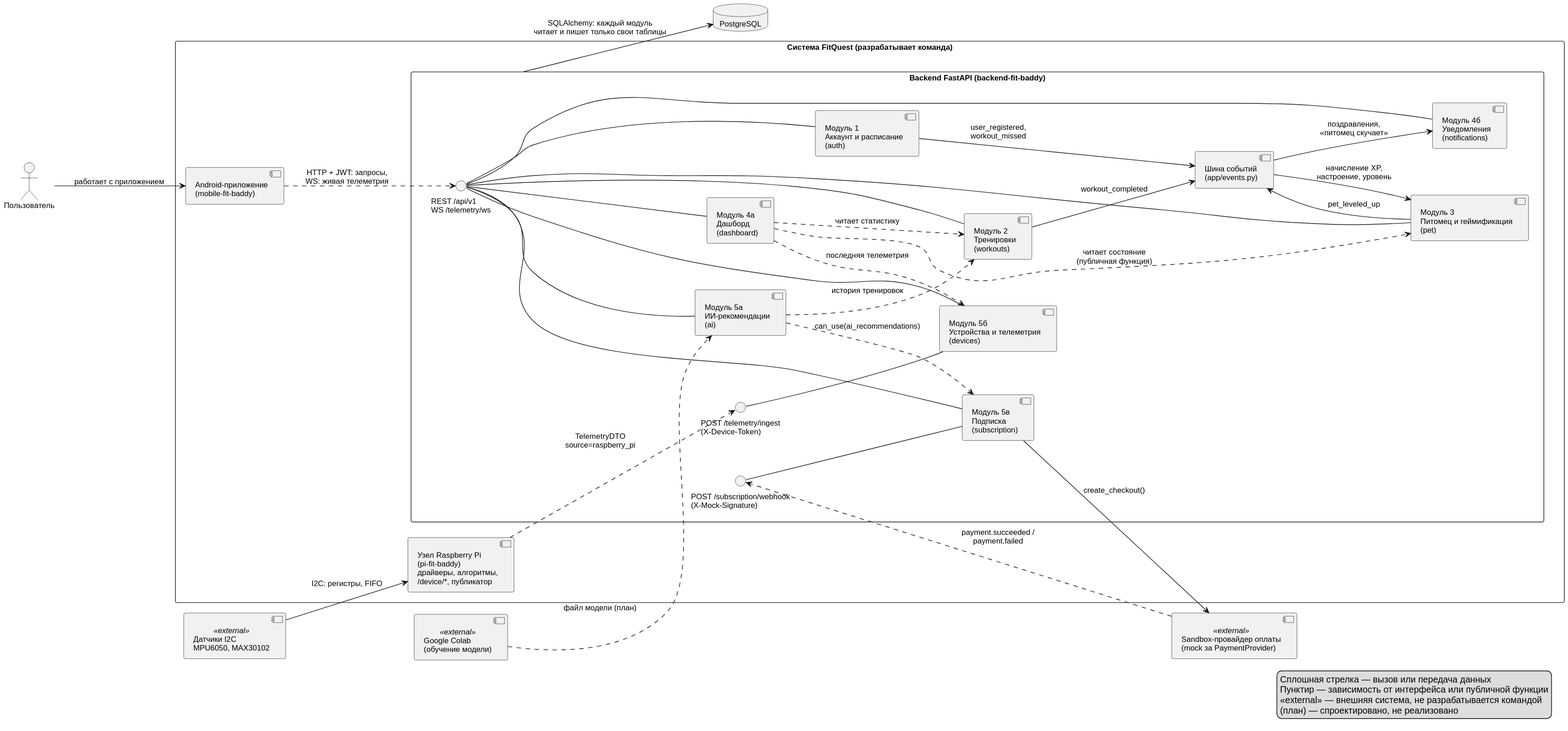
Before: docs/architecture/fitquest-components.svg, a diagram exported from PlantUML (SonyAkb/FitnessApp). Source of this version:
```plantuml
@startuml

skinparam componentStyle uml2
skinparam shadowing false
skinparam defaultFontName Arial
skinparam defaultFontSize 12
skinparam packageStyle rectangle
left to right direction

actor "Пользователь" as User

package "Система FitQuest (разрабатывает команда)" {

  component "Android-приложение\n(mobile-fit-baddy)" as App

  package "Backend FastAPI (backend-fit-baddy)" as Backend {
    interface "REST /api/v1\nWS /telemetry/ws" as RestApi
    interface "POST /telemetry/ingest\n(X-Device-Token)" as IngestApi
    interface "POST /subscription/webhook\n(X-Mock-Signature)" as WebhookApi

    component "Модуль 1\nАккаунт и расписание\n(auth)" as Auth
    component "Модуль 2\nТренировки\n(workouts)" as Workouts
    component "Модуль 3\nПитомец и геймификация\n(pet)" as Pet
    component "Модуль 4а\nДашборд\n(dashboard)" as Dashboard
    component "Модуль 4б\nУведомления\n(notifications)" as Notifications
    component "Модуль 5а\nИИ-рекомендации\n(ai)" as Ai
    component "Модуль 5б\nУстройства и телеметрия\n(devices)" as Devices
    component "Модуль 5в\nПодписка\n(subscription)" as Subscription
    component "Шина событий\n(app/events.py)" as Bus

    RestApi -- Auth
    RestApi -- Workouts
    RestApi -- Pet
    RestApi -- Dashboard
    RestApi -- Notifications
    RestApi -- Ai
    RestApi -- Devices
    RestApi -- Subscription
    IngestApi -- Devices
    WebhookApi -- Subscription
  }

  component "Узел Raspberry Pi\n(pi-fit-baddy)\nдрайверы, алгоритмы,\n/device/*, публикатор" as Pi
}

database "PostgreSQL" as Db
component "Sandbox-провайдер оплаты\n(mock за PaymentProvider)" <<external>> as Pay
component "Google Colab\n(обучение модели)" <<external>> as Colab
component "Датчики I2C\nMPU6050, MAX30102" <<external>> as Sensors

User --> App : работает с приложением
App ..> RestApi : HTTP + JWT: запросы,\nWS: живая телеметрия
Pi ..> IngestApi : TelemetryDTO\nsource=raspberry_pi
Sensors --> Pi : I2C: регистры, FIFO

Workouts --> Bus : workout_completed
Auth --> Bus : user_registered,\nworkout_missed
Bus --> Pet : начисление XP,\nнастроение, уровень
Bus --> Notifications : поздравления,\n«питомец скучает»
Pet --> Bus : pet_leveled_up

Dashboard ..> Pet : читает состояние\n(публичная функция)
Dashboard ..> Workouts : читает статистику
Dashboard ..> Devices : последняя телеметрия
Ai ..> Workouts : история тренировок
Ai ..> Subscription : can_use(ai_recommendations)

Subscription --> Pay : create_checkout()
Pay ..> WebhookApi : payment.succeeded /\npayment.failed
Colab ..> Ai : файл модели (план)

Backend --> Db : SQLAlchemy: каждый модуль\nчитает и пишет только свои таблицы

legend right
  Сплошная стрелка — вызов или передача данных
  Пунктир — зависимость от интерфейса или публичной функции
  <<external>> — внешняя система, не разрабатывается командой
  (план) — спроектировано, не реализовано
endlegend
@enduml
```
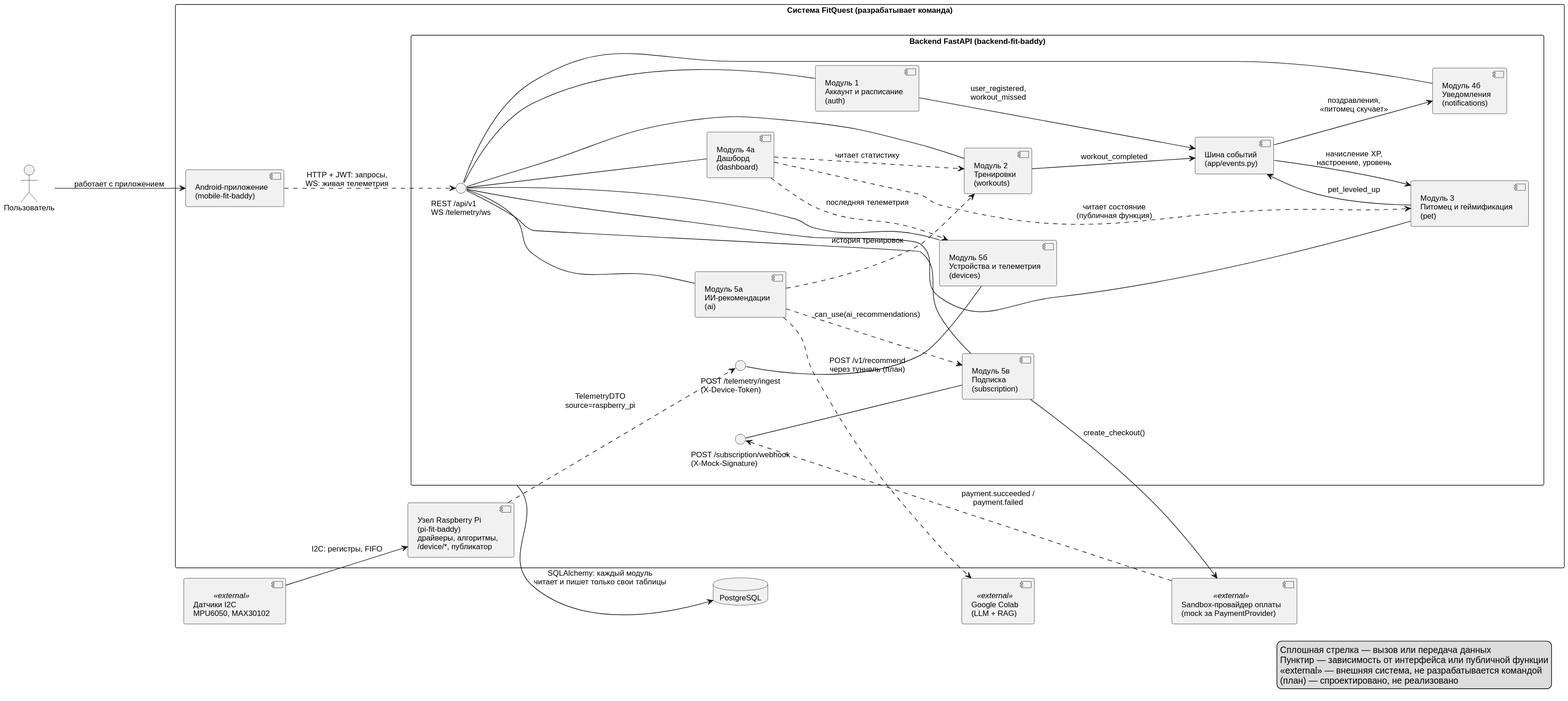
After the commit.

The edit, as a diff of the source:
```diff
@@ -45,7 +45,7 @@
 
 database "PostgreSQL" as Db
 component "Sandbox-провайдер оплаты\n(mock за PaymentProvider)" <<external>> as Pay
-component "Google Colab\n(обучение модели)" <<external>> as Colab
+component "Google Colab\n(LLM + RAG)" <<external>> as Colab
 component "Датчики I2C\nMPU6050, MAX30102" <<external>> as Sensors
 
 User --> App : работает с приложением
@@ -67,7 +67,7 @@
 
 Subscription --> Pay : create_checkout()
 Pay ..> WebhookApi : payment.succeeded /\npayment.failed
-Colab ..> Ai : файл модели (план)
+Ai ..> Colab : POST /v1/recommend\nчерез туннель (план)
 
 Backend --> Db : SQLAlchemy: каждый модуль\nчитает и пишет только свои таблицы
 
```
